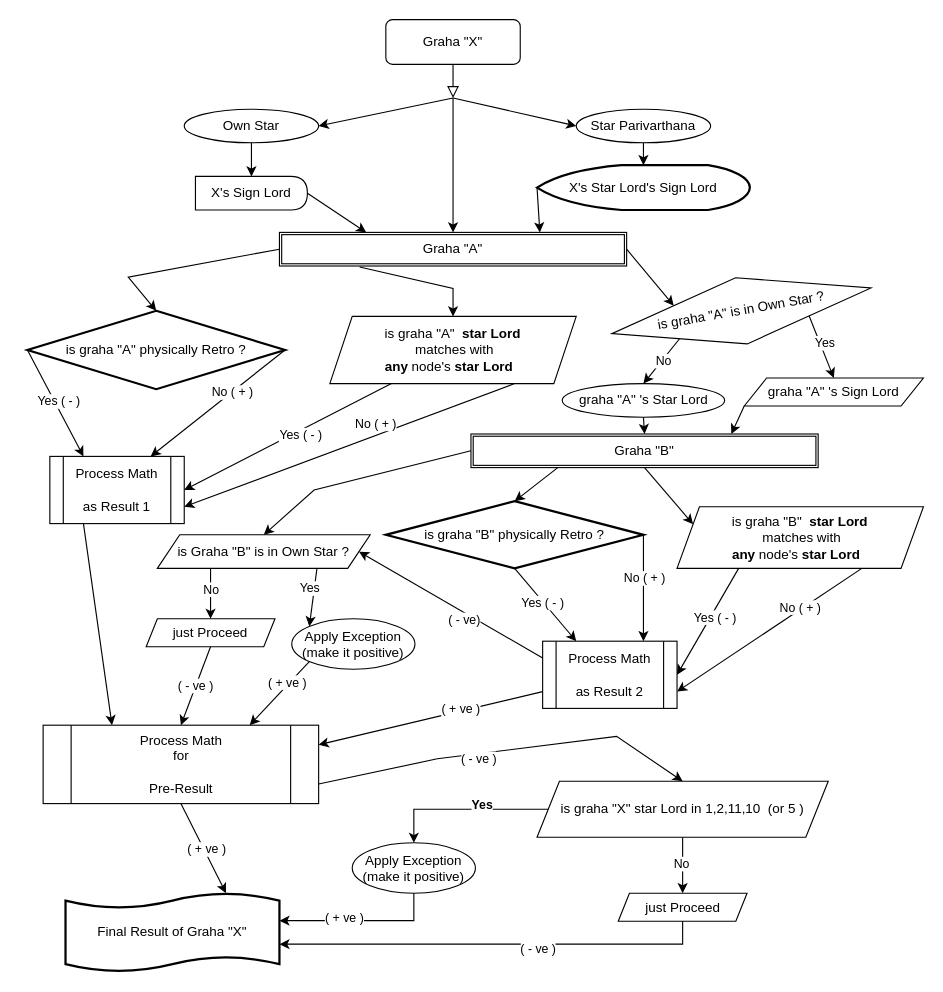
The draw.io diagram page "Page-1" (1 of 2) of retro/retro-new.drawio in appilivamsikrishna/drawings, before the edit. Source tidied: cells renumbered, new cells numbered last; positions are measured from the earlier drawing's top-left corner, leaving out a move shared by most shapes. Both pictures are drawn from the tidied source at 112%, with x=0, y=0 at pixel (27, 19).
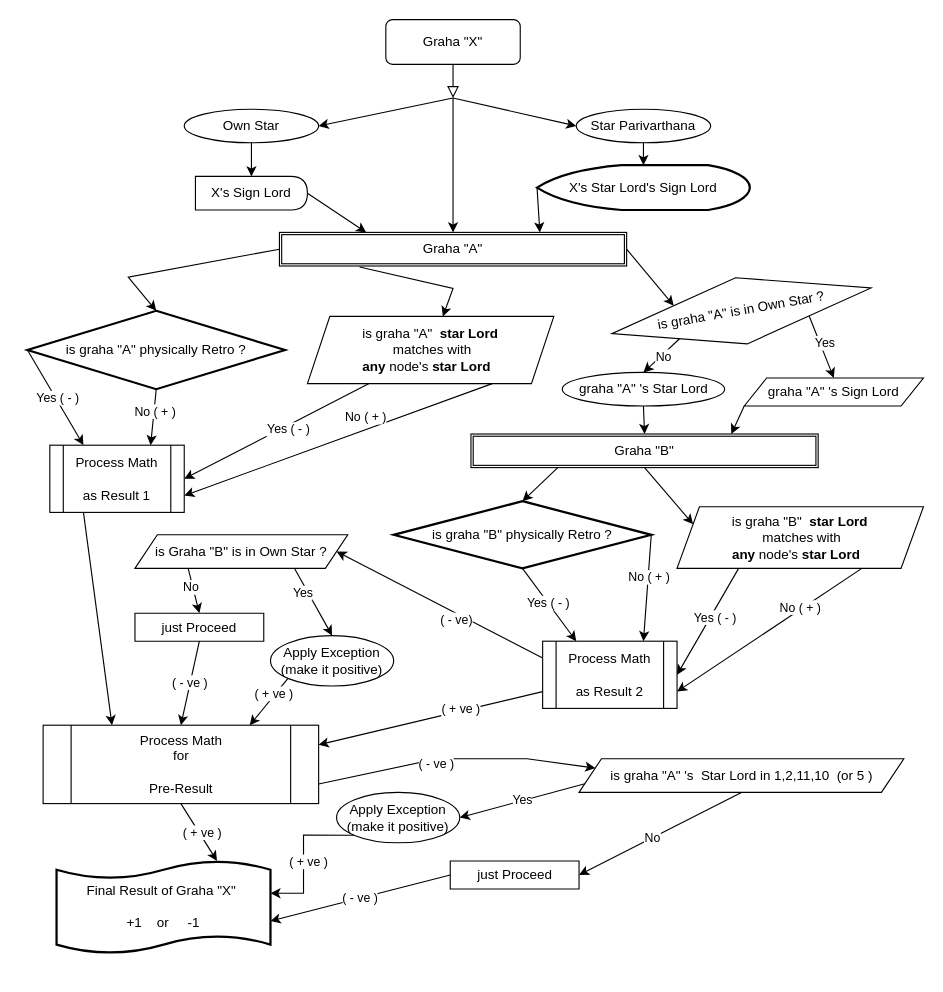
The same diagram, later.

Unchanged cells that the change refers to:
```xml
<mxCell id="16" value="is graha &quot;A&quot; physically Retro ?" style="strokeWidth=2;html=1;shape=mxgraph.flowchart.decision;whiteSpace=wrap;" parent="1" vertex="1">
  <mxGeometry y="260" width="230" height="70" as="geometry" />
</mxCell>
<mxCell id="37" value="Graha &quot;B&quot;" style="shape=ext;double=1;rounded=0;whiteSpace=wrap;html=1;" parent="1" vertex="1">
  <mxGeometry x="396" y="370" width="310" height="30" as="geometry" />
</mxCell>
<mxCell id="63" value="Process Math&lt;div&gt;for&lt;/div&gt;&lt;div&gt;&lt;br&gt;&lt;/div&gt;&lt;div&gt;Pre-Result&lt;/div&gt;" style="shape=process;whiteSpace=wrap;html=1;backgroundOutline=1;" parent="1" vertex="1">
  <mxGeometry x="14" y="630" width="246" height="70" as="geometry" />
</mxCell>
```

Diff of the diagram source:
```diff
@@
-    <mxCell id="19" style="endArrow=classic;html=1;rounded=0;exitX=1;exitY=0.5;exitDx=0;exitDy=0;exitPerimeter=0;entryX=0.75;entryY=0;entryDx=0;entryDy=0;" parent="1" edge="1" source="16" target="23">
+    <mxCell id="19" style="endArrow=classic;html=1;rounded=0;exitX=0.5;exitY=1;exitDx=0;exitDy=0;exitPerimeter=0;entryX=0.75;entryY=0;entryDx=0;entryDy=0;" parent="1" edge="1" source="16" target="23">
       <mxGeometry relative="1" as="geometry" />
     </mxCell>
@@
     <mxCell id="23" value="Process Math&lt;br&gt;&lt;br&gt;as Result 1" style="shape=process;whiteSpace=wrap;html=1;backgroundOutline=1;" parent="1" vertex="1">
-      <mxGeometry x="20" y="390" width="120" height="60" as="geometry" />
+      <mxGeometry x="20" y="380" width="120" height="60" as="geometry" />
     </mxCell>
@@
     <mxCell id="28" value="is graha &quot;A&quot;&amp;nbsp; &lt;b&gt;star Lord&lt;/b&gt;&lt;br&gt;&amp;nbsp;matches with&lt;br&gt;&amp;nbsp;&lt;b&gt;any &lt;/b&gt;node's &lt;b&gt;star Lord&lt;/b&gt;&amp;nbsp; &amp;nbsp;" style="shape=parallelogram;perimeter=parallelogramPerimeter;whiteSpace=wrap;html=1;fixedSize=1;" parent="1" vertex="1">
-      <mxGeometry x="270" y="265" width="220" height="60" as="geometry" />
+      <mxGeometry x="250" y="265" width="220" height="60" as="geometry" />
     </mxCell>
@@
     <mxCell id="31" value="graha &quot;A&quot; 's Star Lord" style="ellipse;whiteSpace=wrap;html=1;" parent="1" vertex="1">
-      <mxGeometry x="477.5" y="325" width="145" height="30" as="geometry" />
+      <mxGeometry x="477.5" y="315" width="145" height="30" as="geometry" />
     </mxCell>
@@
     <mxCell id="40" value="is graha &quot;B&quot; physically Retro ?" style="strokeWidth=2;html=1;shape=mxgraph.flowchart.decision;whiteSpace=wrap;" parent="1" vertex="1">
-      <mxGeometry x="320" y="430" width="230" height="60" as="geometry" />
+      <mxGeometry x="327" y="430" width="230" height="60" as="geometry" />
     </mxCell>
@@
     <mxCell id="53" value="is Graha &quot;B&quot; is in Own Star ?" style="shape=parallelogram;perimeter=parallelogramPerimeter;whiteSpace=wrap;html=1;fixedSize=1;" parent="1" vertex="1">
-      <mxGeometry x="116" y="460" width="190" height="30" as="geometry" />
+      <mxGeometry x="96" y="460" width="190" height="30" as="geometry" />
     </mxCell>
-    <mxCell id="54" style="endArrow=classic;html=1;rounded=0;exitX=0;exitY=0.5;exitDx=0;exitDy=0;entryX=0.5;entryY=0;entryDx=0;entryDy=0;" parent="1" edge="1" source="37" target="53">
-      <mxGeometry relative="1" as="geometry">
-        <Array as="points">
-          <mxPoint x="256" y="420" />
-        </Array>
-      </mxGeometry>
-    </mxCell>
-    <mxCell id="55" style="endArrow=classic;html=1;rounded=0;exitX=0.75;exitY=1;exitDx=0;exitDy=0;entryX=0;entryY=0;entryDx=0;entryDy=0;" parent="1" edge="1" source="53" target="59">
+    <mxCell id="55" style="endArrow=classic;html=1;rounded=0;exitX=0.75;exitY=1;exitDx=0;exitDy=0;entryX=0.5;entryY=0;entryDx=0;entryDy=0;" parent="1" edge="1" source="53" target="59">
       <mxGeometry relative="1" as="geometry" />
     </mxCell>
@@
     <mxCell id="59" value="Apply Exception&lt;br&gt;(make it positive)" style="ellipse;whiteSpace=wrap;html=1;" parent="1" vertex="1">
-      <mxGeometry x="236" y="535" width="110" height="45" as="geometry" />
+      <mxGeometry x="217" y="550" width="110" height="45" as="geometry" />
     </mxCell>
@@
-    <mxCell id="62" value="just Proceed" style="shape=parallelogram;perimeter=parallelogramPerimeter;whiteSpace=wrap;html=1;fixedSize=1;size=10;" parent="1" vertex="1">
-      <mxGeometry x="106" y="535" width="115" height="25" as="geometry" />
+    <mxCell id="62" value="just Proceed" style="shape=parallelogram;perimeter=parallelogramPerimeter;whiteSpace=wrap;html=1;fixedSize=1;size=0;" parent="1" vertex="1">
+      <mxGeometry x="96" y="530" width="115" height="25" as="geometry" />
     </mxCell>
@@
-    <mxCell id="70" value="Final Result of Graha &quot;X&quot;" style="shape=tape;whiteSpace=wrap;html=1;strokeWidth=2;size=0.19;" parent="1" vertex="1">
-      <mxGeometry x="34" y="780" width="191" height="70" as="geometry" />
+    <mxCell id="70" value="Final Result of Graha &quot;X&quot;&amp;nbsp;&lt;br&gt;&lt;div&gt;&lt;br&gt;+1&amp;nbsp; &amp;nbsp; or&amp;nbsp; &amp;nbsp; &amp;nbsp;-1&lt;/div&gt;" style="shape=tape;whiteSpace=wrap;html=1;strokeWidth=2;size=0.19;" parent="1" vertex="1">
+      <mxGeometry x="26" y="751.2" width="191" height="82.5" as="geometry" />
     </mxCell>
-    <mxCell id="71" style="endArrow=classic;html=1;rounded=0;exitX=1;exitY=0.75;exitDx=0;exitDy=0;entryX=0.5;entryY=0;entryDx=0;entryDy=0;" parent="1" edge="1" source="63" target="79">
+    <mxCell id="71" style="endArrow=classic;html=1;rounded=0;exitX=1;exitY=0.75;exitDx=0;exitDy=0;entryX=0;entryY=0.25;entryDx=0;entryDy=0;" parent="1" edge="1" source="63" target="79">
       <mxGeometry relative="1" as="geometry">
         <Array as="points">
           <mxPoint x="366" y="660" />
-          <mxPoint x="526" y="640" />
+          <mxPoint x="446" y="660" />
         </Array>
       </mxGeometry>
     </mxCell>
@@
-    <mxCell id="75" style="edgeStyle=orthogonalEdgeStyle;rounded=0;jettySize=auto;html=1;exitX=0;exitY=0.5;exitDx=0;exitDy=0;entryX=0.5;entryY=0;entryDx=0;entryDy=0;" parent="1" edge="1" source="79" target="81">
-      <mxGeometry relative="1" as="geometry" />
-    </mxCell>
-    <mxCell id="76" value="Yes" style="edgeLabel;html=1;align=center;verticalAlign=middle;fontStyle=1;" parent="75" vertex="1">
-      <mxGeometry x="-0.15" y="3" relative="1" as="geometry">
-        <mxPoint x="4" y="-8" as="offset" />
-      </mxGeometry>
-    </mxCell>
-    <mxCell id="77" style="edgeStyle=orthogonalEdgeStyle;rounded=0;jettySize=auto;html=1;exitX=0.5;exitY=1;exitDx=0;exitDy=0;entryX=0.5;entryY=0;entryDx=0;entryDy=0;fontStyle=1;" parent="1" edge="1" source="79" target="80">
-      <mxGeometry relative="1" as="geometry" />
-    </mxCell>
-    <mxCell id="78" value="No" style="edgeLabel;html=1;align=center;verticalAlign=middle;" parent="77" vertex="1">
-      <mxGeometry x="-0.07" y="-2" relative="1" as="geometry" />
-    </mxCell>
-    <mxCell id="79" value="is graha &quot;X&quot; star Lord in 1,2,11,10&amp;nbsp; (or 5 )" style="shape=parallelogram;perimeter=parallelogramPerimeter;whiteSpace=wrap;html=1;fixedSize=1;" parent="1" vertex="1">
-      <mxGeometry x="455" y="680" width="260" height="50" as="geometry" />
+    <mxCell id="79" value="is graha &quot;A&quot; 's&amp;nbsp; Star Lord in 1,2,11,10&amp;nbsp; (or 5 )" style="shape=parallelogram;perimeter=parallelogramPerimeter;whiteSpace=wrap;html=1;fixedSize=1;" parent="1" vertex="1">
+      <mxGeometry x="492.5" y="660" width="290" height="30" as="geometry" />
     </mxCell>
-    <mxCell id="80" value="just Proceed" style="shape=parallelogram;perimeter=parallelogramPerimeter;whiteSpace=wrap;html=1;fixedSize=1;size=10;" parent="1" vertex="1">
-      <mxGeometry x="527.5" y="780" width="115" height="25" as="geometry" />
+    <mxCell id="80" value="just Proceed" style="shape=parallelogram;perimeter=parallelogramPerimeter;whiteSpace=wrap;html=1;fixedSize=1;size=-1.5;" parent="1" vertex="1">
+      <mxGeometry x="377.5" y="751.2" width="115" height="25" as="geometry" />
     </mxCell>
     <mxCell id="81" value="Apply Exception&lt;br&gt;(make it positive)" style="ellipse;whiteSpace=wrap;html=1;" parent="1" vertex="1">
-      <mxGeometry x="290" y="735" width="110" height="45" as="geometry" />
+      <mxGeometry x="276" y="690" width="110" height="45" as="geometry" />
     </mxCell>
+    <mxCell id="76" value="Yes" style="endArrow=classic;html=1;rounded=0;entryX=1;entryY=0.5;entryDx=0;entryDy=0;exitX=0;exitY=0.75;exitDx=0;exitDy=0;" parent="1" edge="1" source="79" target="81">
+      <mxGeometry relative="1" as="geometry" />
+    </mxCell>
-    <mxCell id="82" style="edgeStyle=orthogonalEdgeStyle;rounded=0;jettySize=auto;html=1;exitX=0.5;exitY=1;exitDx=0;exitDy=0;entryX=1;entryY=0.35;entryDx=0;entryDy=0;entryPerimeter=0;" parent="1" edge="1" source="81" target="70">
+    <mxCell id="82" style="edgeStyle=orthogonalEdgeStyle;rounded=0;jettySize=auto;html=1;exitX=0;exitY=1;exitDx=0;exitDy=0;entryX=1;entryY=0.35;entryDx=0;entryDy=0;entryPerimeter=0;" parent="1" edge="1" source="81" target="70">
       <mxGeometry relative="1" as="geometry" />
     </mxCell>
     <mxCell id="83" value="( + ve )" style="edgeLabel;html=1;align=center;verticalAlign=middle;" parent="82" vertex="1">
-      <mxGeometry x="0.2" y="-3" relative="1" as="geometry" />
+      <mxGeometry x="0.07" y="4" relative="1" as="geometry" />
     </mxCell>
-    <mxCell id="84" style="edgeStyle=orthogonalEdgeStyle;rounded=0;jettySize=auto;html=1;exitX=0.5;exitY=1;exitDx=0;exitDy=0;entryX=1;entryY=0.65;entryDx=0;entryDy=0;entryPerimeter=0;" parent="1" edge="1" source="80" target="70">
-      <mxGeometry relative="1" as="geometry" />
-    </mxCell>
-    <mxCell id="85" value="( - ve )" style="edgeLabel;html=1;align=center;verticalAlign=middle;" parent="84" vertex="1">
-      <mxGeometry x="-0.21" y="4" relative="1" as="geometry" />
+    <mxCell id="85" value="( - ve )" style="endArrow=classic;html=1;rounded=0;exitX=0;exitY=0.5;exitDx=0;exitDy=0;entryX=1;entryY=0.65;entryDx=0;entryDy=0;entryPerimeter=0;" parent="1" edge="1" source="80" target="70">
+      <mxGeometry relative="1" as="geometry" />
     </mxCell>
+    <mxCell id="77" style="endArrow=classic;html=1;rounded=0;exitX=0.5;exitY=1;exitDx=0;exitDy=0;entryX=1;entryY=0.5;entryDx=0;entryDy=0;" parent="1" edge="1" source="79" target="80">
+      <mxGeometry relative="1" as="geometry" />
+    </mxCell>
+    <mxCell id="78" value="No" style="edgeLabel;html=1;align=center;verticalAlign=middle;" parent="77" vertex="1">
+      <mxGeometry x="0.11" relative="1" as="geometry" />
+    </mxCell>
```
